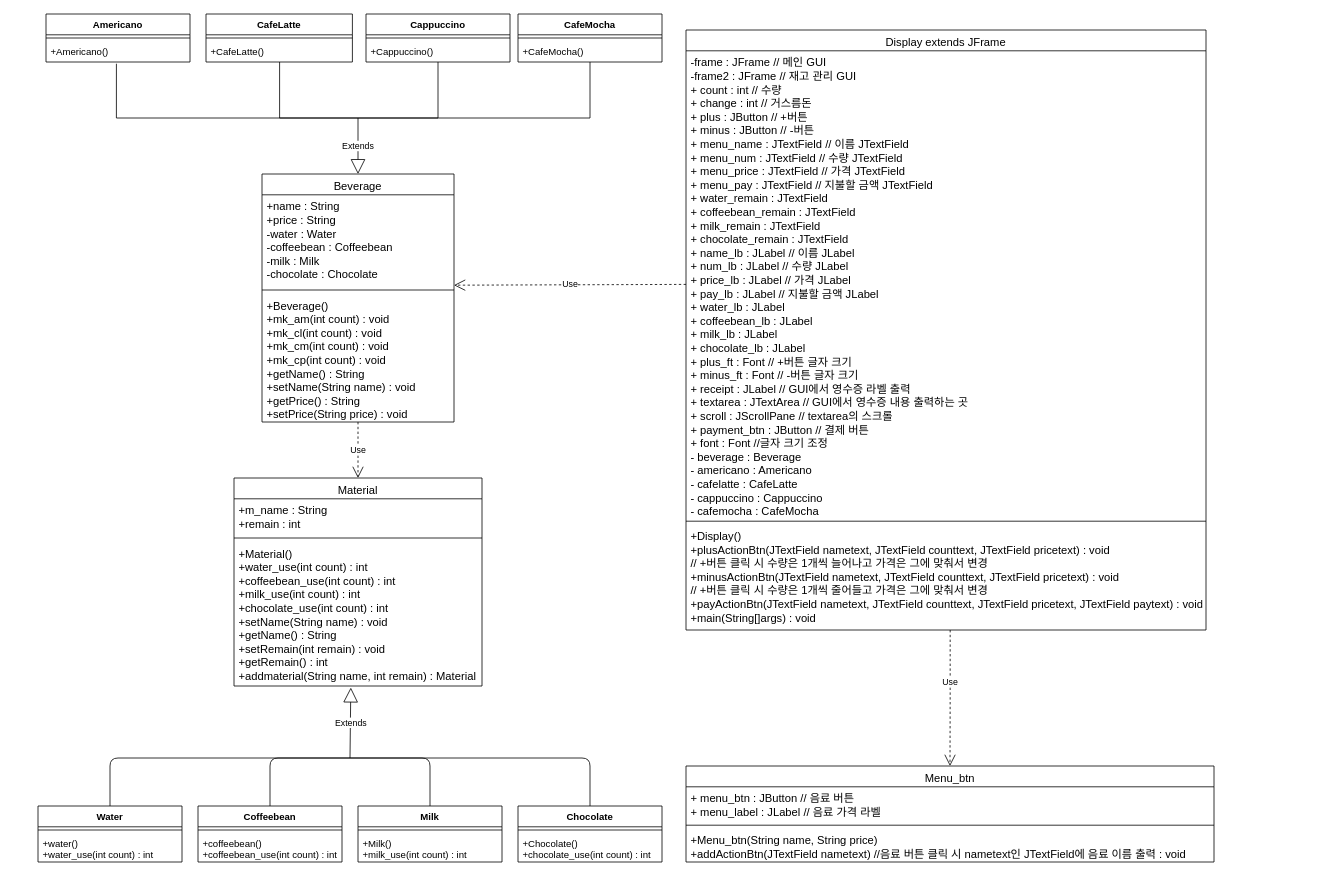
Before: Untitled Diagram.drawio in ans2568/Messenger, a draw.io diagram. Source tidied: cells renumbered, new cells numbered last; positions are measured from the earlier drawing's top-left corner, leaving out a move shared by most shapes. Both pictures are drawn from the tidied source at 80%, with x=0, y=0 at pixel (38, 14).
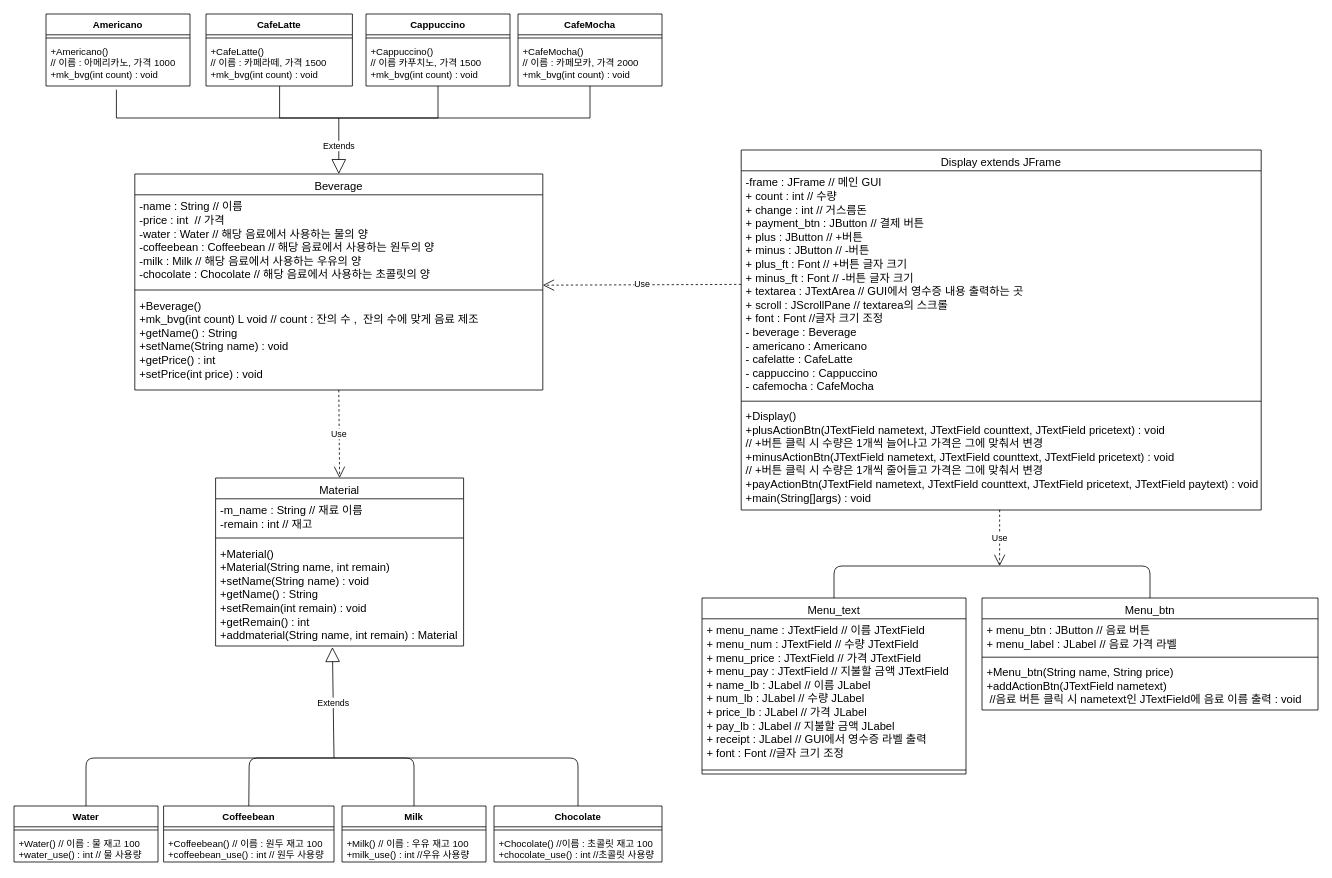
After the change.

The edit, as a diff of the source:
```diff
@@
     <mxCell id="2" value="Beverage" style="swimlane;fontStyle=0;align=center;verticalAlign=top;horizontal=1;startSize=26;rounded=0;shadow=0;strokeWidth=1;fontSize=14;" parent="1" vertex="1">
-      <mxGeometry x="280" y="200" width="240" height="310" as="geometry" />
+      <mxGeometry x="121" y="200" width="510" height="270" as="geometry" />
     </mxCell>
-    <mxCell id="3" value="+name : String&#10;+price : String&#10;-water : Water&#10;-coffeebean : Coffeebean&#10;-milk : Milk&#10;-chocolate : Chocolate" style="text;align=left;verticalAlign=top;spacingLeft=4;spacingRight=4;overflow=hidden;points=[[0,0.5],[1,0.5]];portConstraint=eastwest;fontSize=14;" parent="2" vertex="1">
-      <mxGeometry y="26" width="240" height="114" as="geometry" />
+    <mxCell id="3" value="-name : String // 이름&#10;-price : int  // 가격&#10;-water : Water // 해당 음료에서 사용하는 물의 양&#10;-coffeebean : Coffeebean // 해당 음료에서 사용하는 원두의 양&#10;-milk : Milk // 해당 음료에서 사용하는 우유의 양&#10;-chocolate : Chocolate // 해당 음료에서 사용하는 초콜릿의 양" style="text;align=left;verticalAlign=top;spacingLeft=4;spacingRight=4;overflow=hidden;points=[[0,0.5],[1,0.5]];portConstraint=eastwest;fontSize=14;" parent="2" vertex="1">
+      <mxGeometry y="26" width="510" height="114" as="geometry" />
     </mxCell>
     <mxCell id="4" style="line;html=1;strokeWidth=1;align=left;verticalAlign=middle;spacingTop=-1;spacingLeft=3;spacingRight=3;labelPosition=right;fontSize=14;" parent="2" vertex="1">
-      <mxGeometry y="140" width="240" height="10" as="geometry" />
+      <mxGeometry y="140" width="510" height="10" as="geometry" />
     </mxCell>
-    <mxCell id="5" value="+Beverage()&#10;+mk_am(int count) : void&#10;+mk_cl(int count) : void&#10;+mk_cm(int count) : void&#10;+mk_cp(int count) : void&#10;+getName() : String&#10;+setName(String name) : void&#10;+getPrice() : String&#10;+setPrice(String price) : void" style="text;align=left;verticalAlign=top;spacingLeft=4;spacingRight=4;overflow=hidden;points=[[0,0.5],[1,0.5]];portConstraint=eastwest;fontSize=14;" parent="2" vertex="1">
-      <mxGeometry y="150" width="240" height="160" as="geometry" />
+    <mxCell id="5" value="+Beverage()&#10;+mk_bvg(int count) L void // count : 잔의 수 ,  잔의 수에 맞게 음료 제조&#10;+getName() : String&#10;+setName(String name) : void&#10;+getPrice() : int&#10;+setPrice(int price) : void" style="text;align=left;verticalAlign=top;spacingLeft=4;spacingRight=4;overflow=hidden;points=[[0,0.5],[1,0.5]];portConstraint=eastwest;fontSize=14;" parent="2" vertex="1">
+      <mxGeometry y="150" width="510" height="120" as="geometry" />
     </mxCell>
     <mxCell id="6" value="Display extends JFrame" style="swimlane;fontStyle=0;align=center;verticalAlign=top;horizontal=1;startSize=26;rounded=0;shadow=0;strokeWidth=1;fontSize=14;" parent="1" vertex="1">
-      <mxGeometry x="810" y="20" width="650" height="750" as="geometry" />
+      <mxGeometry x="879" y="170" width="650" height="450" as="geometry" />
     </mxCell>
-    <mxCell id="7" value="-frame : JFrame // 메인 GUI&#10;-frame2 : JFrame // 재고 관리 GUI&#10;+ count : int // 수량&#10;+ change : int // 거스름돈&#10;+ plus : JButton // +버튼&#10;+ minus : JButton // -버튼&#10;+ menu_name : JTextField // 이름 JTextField&#10;+ menu_num : JTextField // 수량 JTextField&#10;+ menu_price : JTextField // 가격 JTextField&#10;+ menu_pay : JTextField // 지불할 금액 JTextField&#10;+ water_remain : JTextField&#10;+ coffeebean_remain : JTextField&#10;+ milk_remain : JTextField&#10;+ chocolate_remain : JTextField&#10;+ name_lb : JLabel // 이름 JLabel&#10;+ num_lb : JLabel // 수량 JLabel&#10;+ price_lb : JLabel // 가격 JLabel&#10;+ pay_lb : JLabel // 지불할 금액 JLabel&#10;+ water_lb : JLabel&#10;+ coffeebean_lb : JLabel&#10;+ milk_lb : JLabel&#10;+ chocolate_lb : JLabel&#10;+ plus_ft : Font // +버튼 글자 크기&#10;+ minus_ft : Font // -버튼 글자 크기&#10;+ receipt : JLabel // GUI에서 영수증 라벨 출력&#10;+ textarea : JTextArea // GUI에서 영수증 내용 출력하는 곳&#10;+ scroll : JScrollPane // textarea의 스크롤&#10;+ payment_btn : JButton // 결제 버튼&#10;+ font : Font //글자 크기 조정&#10;- beverage : Beverage&#10;- americano : Americano&#10;- cafelatte : CafeLatte&#10;- cappuccino : Cappuccino&#10;- cafemocha : CafeMocha" style="text;align=left;verticalAlign=top;spacingLeft=4;spacingRight=4;overflow=hidden;points=[[0,0.5],[1,0.5]];portConstraint=eastwest;fontSize=14;" parent="6" vertex="1">
-      <mxGeometry y="26" width="650" height="584" as="geometry" />
+    <mxCell id="7" value="-frame : JFrame // 메인 GUI&#10;+ count : int // 수량&#10;+ change : int // 거스름돈&#10;+ payment_btn : JButton // 결제 버튼&#10;+ plus : JButton // +버튼&#10;+ minus : JButton // -버튼&#10;+ plus_ft : Font // +버튼 글자 크기&#10;+ minus_ft : Font // -버튼 글자 크기&#10;+ textarea : JTextArea // GUI에서 영수증 내용 출력하는 곳&#10;+ scroll : JScrollPane // textarea의 스크롤&#10;+ font : Font //글자 크기 조정&#10;- beverage : Beverage&#10;- americano : Americano&#10;- cafelatte : CafeLatte&#10;- cappuccino : Cappuccino&#10;- cafemocha : CafeMocha" style="text;align=left;verticalAlign=top;spacingLeft=4;spacingRight=4;overflow=hidden;points=[[0,0.5],[1,0.5]];portConstraint=eastwest;fontSize=14;" parent="6" vertex="1">
+      <mxGeometry y="26" width="650" height="284" as="geometry" />
     </mxCell>
     <mxCell id="8" style="line;html=1;strokeWidth=1;align=left;verticalAlign=middle;spacingTop=-1;spacingLeft=3;spacingRight=3;labelPosition=right;fontSize=14;" parent="6" vertex="1">
-      <mxGeometry y="610" width="650" height="8" as="geometry" />
+      <mxGeometry y="310" width="650" height="8" as="geometry" />
     </mxCell>
     <mxCell id="9" value="+Display()&#10;+plusActionBtn(JTextField nametext, JTextField counttext, JTextField pricetext) : void&#10;// +버튼 클릭 시 수량은 1개씩 늘어나고 가격은 그에 맞춰서 변경&#10;+minusActionBtn(JTextField nametext, JTextField counttext, JTextField pricetext) : void&#10;// +버튼 클릭 시 수량은 1개씩 줄어들고 가격은 그에 맞춰서 변경&#10;+payActionBtn(JTextField nametext, JTextField counttext, JTextField pricetext, JTextField paytext) : void&#10;+main(String[]args) : void" style="text;strokeColor=none;fillColor=none;align=left;verticalAlign=top;spacingLeft=4;spacingRight=4;overflow=hidden;points=[[0,0.5],[1,0.5]];portConstraint=eastwest;fontSize=14;" parent="6" vertex="1">
-      <mxGeometry y="618" width="650" height="132" as="geometry" />
+      <mxGeometry y="318" width="650" height="132" as="geometry" />
     </mxCell>
     <mxCell id="10" value="Menu_btn" style="swimlane;fontStyle=0;align=center;verticalAlign=top;horizontal=1;startSize=26;rounded=0;shadow=0;strokeWidth=1;fontSize=14;" parent="1" vertex="1">
-      <mxGeometry x="810" y="940" width="660" height="120" as="geometry" />
+      <mxGeometry x="1180" y="730" width="420" height="140" as="geometry" />
     </mxCell>
     <mxCell id="11" value="+ menu_btn : JButton // 음료 버튼&#10;+ menu_label : JLabel // 음료 가격 라벨&#10;" style="text;align=left;verticalAlign=top;spacingLeft=4;spacingRight=4;overflow=hidden;fontSize=14;" parent="10" vertex="1">
-      <mxGeometry y="26" width="660" height="44" as="geometry" />
+      <mxGeometry y="26" width="420" height="44" as="geometry" />
     </mxCell>
     <mxCell id="12" style="line;html=1;strokeWidth=1;align=left;verticalAlign=middle;spacingTop=-1;spacingLeft=3;spacingRight=3;labelPosition=right;fontSize=14;" parent="10" vertex="1">
-      <mxGeometry y="70" width="660" height="8" as="geometry" />
+      <mxGeometry y="70" width="420" height="8" as="geometry" />
     </mxCell>
-    <mxCell id="13" value="+Menu_btn(String name, String price) &#10;+addActionBtn(JTextField nametext) //음료 버튼 클릭 시 nametext인 JTextField에 음료 이름 출력 : void" style="text;align=left;verticalAlign=top;spacingLeft=4;spacingRight=4;overflow=hidden;fontSize=14;" parent="10" vertex="1">
-      <mxGeometry y="78" width="660" height="42" as="geometry" />
+    <mxCell id="13" value="+Menu_btn(String name, String price) &#10;+addActionBtn(JTextField nametext)&#10; //음료 버튼 클릭 시 nametext인 JTextField에 음료 이름 출력 : void" style="text;align=left;verticalAlign=top;spacingLeft=4;spacingRight=4;overflow=hidden;fontSize=14;" parent="10" vertex="1">
+      <mxGeometry y="78" width="420" height="62" as="geometry" />
     </mxCell>
     <mxCell id="14" value="Americano" style="swimlane;fontStyle=1;align=center;verticalAlign=top;horizontal=1;startSize=26;" parent="1" vertex="1">
-      <mxGeometry x="10" width="180" height="60" as="geometry" />
+      <mxGeometry x="10" width="180" height="90" as="geometry" />
     </mxCell>
@@
-    <mxCell id="16" value="+Americano()" style="text;strokeColor=none;fillColor=none;align=left;verticalAlign=top;spacingLeft=4;spacingRight=4;overflow=hidden;points=[[0,0.5],[1,0.5]];portConstraint=eastwest;" parent="14" vertex="1">
-      <mxGeometry y="34" width="180" height="26" as="geometry" />
+    <mxCell id="16" value="+Americano()&#10;// 이름 : 아메리카노, 가격 1000&#10;+mk_bvg(int count) : void" style="text;strokeColor=none;fillColor=none;align=left;verticalAlign=top;spacingLeft=4;spacingRight=4;overflow=hidden;points=[[0,0.5],[1,0.5]];portConstraint=eastwest;" parent="14" vertex="1">
+      <mxGeometry y="34" width="180" height="56" as="geometry" />
     </mxCell>
     <mxCell id="17" value="CafeLatte" style="swimlane;fontStyle=1;align=center;verticalAlign=top;horizontal=1;startSize=26;" parent="1" vertex="1">
-      <mxGeometry x="210" width="183" height="60" as="geometry" />
+      <mxGeometry x="210" width="183" height="90" as="geometry" />
     </mxCell>
@@
-    <mxCell id="19" value="+CafeLatte()" style="text;strokeColor=none;fillColor=none;align=left;verticalAlign=top;spacingLeft=4;spacingRight=4;overflow=hidden;" parent="17" vertex="1">
-      <mxGeometry y="34" width="183" height="26" as="geometry" />
+    <mxCell id="19" value="+CafeLatte()&#10;// 이름 : 카페라떼, 가격 1500&#10;+mk_bvg(int count) : void" style="text;strokeColor=none;fillColor=none;align=left;verticalAlign=top;spacingLeft=4;spacingRight=4;overflow=hidden;" parent="17" vertex="1">
+      <mxGeometry y="34" width="183" height="56" as="geometry" />
     </mxCell>
     <mxCell id="20" value="Cappuccino" style="swimlane;fontStyle=1;align=center;verticalAlign=top;horizontal=1;startSize=26;" parent="1" vertex="1">
-      <mxGeometry x="410" width="180" height="60" as="geometry" />
+      <mxGeometry x="410" width="180" height="90" as="geometry" />
     </mxCell>
@@
-    <mxCell id="22" value="+Cappuccino()" style="text;strokeColor=none;fillColor=none;align=left;verticalAlign=top;spacingLeft=4;spacingRight=4;overflow=hidden;" parent="20" vertex="1">
-      <mxGeometry y="34" width="180" height="26" as="geometry" />
+    <mxCell id="22" value="+Cappuccino()&#10;// 이름 카푸치노, 가격 1500&#10;+mk_bvg(int count) : void" style="text;strokeColor=none;fillColor=none;align=left;verticalAlign=top;spacingLeft=4;spacingRight=4;overflow=hidden;" parent="20" vertex="1">
+      <mxGeometry y="34" width="180" height="56" as="geometry" />
     </mxCell>
     <mxCell id="23" value="CafeMocha" style="swimlane;fontStyle=1;align=center;verticalAlign=top;horizontal=1;startSize=26;" parent="1" vertex="1">
-      <mxGeometry x="600" width="180" height="60" as="geometry" />
+      <mxGeometry x="600" width="180" height="90" as="geometry" />
     </mxCell>
@@
-    <mxCell id="25" value="+CafeMocha()" style="text;strokeColor=none;fillColor=none;align=left;verticalAlign=top;spacingLeft=4;spacingRight=4;overflow=hidden;" parent="23" vertex="1">
-      <mxGeometry y="34" width="180" height="26" as="geometry" />
+    <mxCell id="25" value="+CafeMocha()&#10;// 이름 : 카페모카, 가격 2000&#10;+mk_bvg(int count) : void" style="text;strokeColor=none;fillColor=none;align=left;verticalAlign=top;spacingLeft=4;spacingRight=4;overflow=hidden;" parent="23" vertex="1">
+      <mxGeometry y="34" width="180" height="56" as="geometry" />
     </mxCell>
     <mxCell id="26" value="Material" style="swimlane;fontStyle=0;align=center;verticalAlign=top;horizontal=1;startSize=26;rounded=0;shadow=0;strokeWidth=1;fontSize=14;" parent="1" vertex="1">
-      <mxGeometry x="245" y="580" width="310" height="260" as="geometry" />
+      <mxGeometry x="222" y="580" width="310" height="210" as="geometry" />
     </mxCell>
-    <mxCell id="27" value="+m_name : String&#10;+remain : int" style="text;align=left;verticalAlign=top;spacingLeft=4;spacingRight=4;overflow=hidden;fontSize=14;" parent="26" vertex="1">
+    <mxCell id="27" value="-m_name : String // 재료 이름&#10;-remain : int // 재고" style="text;align=left;verticalAlign=top;spacingLeft=4;spacingRight=4;overflow=hidden;fontSize=14;" parent="26" vertex="1">
       <mxGeometry y="26" width="310" height="44" as="geometry" />
     </mxCell>
@@
-    <mxCell id="29" value="+Material()&#10;+water_use(int count) : int&#10;+coffeebean_use(int count) : int&#10;+milk_use(int count) : int&#10;+chocolate_use(int count) : int&#10;+setName(String name) : void&#10;+getName() : String&#10;+setRemain(int remain) : void&#10;+getRemain() : int&#10;+addmaterial(String name, int remain) : Material" style="text;align=left;verticalAlign=top;spacingLeft=4;spacingRight=4;overflow=hidden;points=[[0,0.5],[1,0.5]];portConstraint=eastwest;fontSize=14;" parent="26" vertex="1">
-      <mxGeometry y="80" width="310" height="180" as="geometry" />
+    <mxCell id="29" value="+Material()&#10;+Material(String name, int remain)&#10;+setName(String name) : void&#10;+getName() : String&#10;+setRemain(int remain) : void&#10;+getRemain() : int&#10;+addmaterial(String name, int remain) : Material" style="text;align=left;verticalAlign=top;spacingLeft=4;spacingRight=4;overflow=hidden;points=[[0,0.5],[1,0.5]];portConstraint=eastwest;fontSize=14;" parent="26" vertex="1">
+      <mxGeometry y="80" width="310" height="130" as="geometry" />
     </mxCell>
     <mxCell id="30" style="endArrow=none;html=1;rounded=0;edgeStyle=orthogonalEdgeStyle;exitX=0.489;exitY=1.083;exitDx=0;exitDy=0;exitPerimeter=0;" parent="1" edge="1" source="16">
       <mxGeometry relative="1" as="geometry">
-        <mxPoint x="690" y="60" as="targetPoint" />
+        <mxPoint x="690" y="90" as="targetPoint" />
         <Array as="points">
           <mxPoint x="98" y="130" />
           <mxPoint x="690" y="130" />
         </Array>
       </mxGeometry>
     </mxCell>
     <mxCell id="31" style="endArrow=none;html=1;rounded=0;edgeStyle=orthogonalEdgeStyle;" parent="1" edge="1">
       <mxGeometry relative="1" as="geometry">
-        <mxPoint x="302" y="60" as="sourcePoint" />
-        <mxPoint x="500" y="60" as="targetPoint" />
+        <mxPoint x="302" y="90" as="sourcePoint" />
+        <mxPoint x="500" y="90" as="targetPoint" />
         <Array as="points">
           <mxPoint x="302" y="130" />
           <mxPoint x="500" y="130" />
         </Array>
       </mxGeometry>
     </mxCell>
     <mxCell id="32" value="Water" style="swimlane;fontStyle=1;align=center;verticalAlign=top;horizontal=1;startSize=26;" parent="1" vertex="1">
-      <mxGeometry y="990" width="180" height="70" as="geometry" />
+      <mxGeometry x="-30" y="990" width="180" height="70" as="geometry" />
     </mxCell>
@@
-    <mxCell id="34" value="+water()&#10;+water_use(int count) : int" style="text;strokeColor=none;fillColor=none;align=left;verticalAlign=top;spacingLeft=4;spacingRight=4;overflow=hidden;" parent="32" vertex="1">
+    <mxCell id="34" value="+Water() // 이름 : 물 재고 100&#10;+water_use() : int // 물 사용량 " style="text;strokeColor=none;fillColor=none;align=left;verticalAlign=top;spacingLeft=4;spacingRight=4;overflow=hidden;" parent="32" vertex="1">
       <mxGeometry y="34" width="180" height="36" as="geometry" />
     </mxCell>
     <mxCell id="35" value="Coffeebean" style="swimlane;fontStyle=1;align=center;verticalAlign=top;horizontal=1;startSize=26;" parent="1" vertex="1">
-      <mxGeometry x="200" y="990" width="180" height="70" as="geometry" />
+      <mxGeometry x="157" y="990" width="213" height="70" as="geometry" />
     </mxCell>
     <mxCell id="36" style="line;strokeWidth=1;fillColor=none;align=left;verticalAlign=middle;spacingTop=-1;spacingLeft=3;spacingRight=3;labelPosition=right;" parent="35" vertex="1">
-      <mxGeometry y="26" width="180" height="8" as="geometry" />
+      <mxGeometry y="26" width="213" height="8" as="geometry" />
     </mxCell>
-    <mxCell id="37" value="+coffeebean()&#10;+coffeebean_use(int count) : int" style="text;strokeColor=none;fillColor=none;align=left;verticalAlign=top;spacingLeft=4;spacingRight=4;overflow=hidden;" parent="35" vertex="1">
-      <mxGeometry y="34" width="180" height="36" as="geometry" />
+    <mxCell id="37" value="+Coffeebean() // 이름 : 원두 재고 100&#10;+coffeebean_use() : int // 원두 사용량" style="text;strokeColor=none;fillColor=none;align=left;verticalAlign=top;spacingLeft=4;spacingRight=4;overflow=hidden;" parent="35" vertex="1">
+      <mxGeometry y="34" width="213" height="36" as="geometry" />
     </mxCell>
     <mxCell id="38" value="Milk" style="swimlane;fontStyle=1;align=center;verticalAlign=top;horizontal=1;startSize=26;" parent="1" vertex="1">
-      <mxGeometry x="400" y="990" width="180" height="70" as="geometry" />
+      <mxGeometry x="380" y="990" width="180" height="70" as="geometry" />
     </mxCell>
@@
-    <mxCell id="40" value="+Milk()&#10;+milk_use(int count) : int" style="text;strokeColor=none;fillColor=none;align=left;verticalAlign=top;spacingLeft=4;spacingRight=4;overflow=hidden;" parent="38" vertex="1">
+    <mxCell id="40" value="+Milk() // 이름 : 우유 재고 100&#10;+milk_use() : int //우유 사용량" style="text;strokeColor=none;fillColor=none;align=left;verticalAlign=top;spacingLeft=4;spacingRight=4;overflow=hidden;" parent="38" vertex="1">
       <mxGeometry y="34" width="180" height="36" as="geometry" />
     </mxCell>
     <mxCell id="41" value="Chocolate" style="swimlane;fontStyle=1;align=center;verticalAlign=top;horizontal=1;startSize=26;" parent="1" vertex="1">
-      <mxGeometry x="600" y="990" width="180" height="70" as="geometry" />
+      <mxGeometry x="570" y="990" width="210" height="70" as="geometry" />
     </mxCell>
     <mxCell id="42" style="line;strokeWidth=1;fillColor=none;align=left;verticalAlign=middle;spacingTop=-1;spacingLeft=3;spacingRight=3;labelPosition=right;" parent="41" vertex="1">
-      <mxGeometry y="26" width="180" height="8" as="geometry" />
+      <mxGeometry y="26" width="210" height="8" as="geometry" />
     </mxCell>
-    <mxCell id="43" value="+Chocolate()&#10;+chocolate_use(int count) : int" style="text;strokeColor=none;fillColor=none;align=left;verticalAlign=top;spacingLeft=4;spacingRight=4;overflow=hidden;" parent="41" vertex="1">
-      <mxGeometry y="34" width="180" height="36" as="geometry" />
+    <mxCell id="43" value="+Chocolate() //이름 : 초콜릿 재고 100&#10;+chocolate_use() : int //초콜릿 사용량" style="text;strokeColor=none;fillColor=none;align=left;verticalAlign=top;spacingLeft=4;spacingRight=4;overflow=hidden;" parent="41" vertex="1">
+      <mxGeometry y="34" width="210" height="36" as="geometry" />
     </mxCell>
     <mxCell id="44" value="Extends" style="endArrow=block;endSize=16;endFill=0;html=1;entryX=0.471;entryY=1.011;entryDx=0;entryDy=0;entryPerimeter=0;" parent="1" edge="1" target="29">
       <mxGeometry relative="1" as="geometry">
-        <mxPoint x="390" y="930" as="sourcePoint" />
+        <mxPoint x="370" y="930" as="sourcePoint" />
       </mxGeometry>
     </mxCell>
     <mxCell id="45" style="endArrow=none;html=1;exitX=0.5;exitY=0;exitDx=0;exitDy=0;entryX=0.5;entryY=0;entryDx=0;entryDy=0;" parent="1" edge="1" source="32" target="41">
       <mxGeometry relative="1" as="geometry">
         <Array as="points">
-          <mxPoint x="90" y="930" />
+          <mxPoint x="60" y="930" />
           <mxPoint x="390" y="930" />
-          <mxPoint x="690" y="930" />
+          <mxPoint x="675" y="930" />
         </Array>
       </mxGeometry>
     </mxCell>
     <mxCell id="46" style="endArrow=none;html=1;exitX=0.5;exitY=0;exitDx=0;exitDy=0;entryX=0.5;entryY=0;entryDx=0;entryDy=0;" parent="1" edge="1" source="35" target="38">
       <mxGeometry relative="1" as="geometry">
         <Array as="points">
-          <mxPoint x="290" y="930" />
+          <mxPoint x="264" y="930" />
           <mxPoint x="390" y="930" />
-          <mxPoint x="490" y="930" />
+          <mxPoint x="470" y="930" />
         </Array>
       </mxGeometry>
     </mxCell>
     <mxCell id="47" value="Extends" style="endArrow=block;endSize=16;endFill=0;html=1;entryX=0.5;entryY=0;entryDx=0;entryDy=0;" parent="1" edge="1" target="2">
       <mxGeometry relative="1" as="geometry">
-        <mxPoint x="400" y="130" as="sourcePoint" />
+        <mxPoint x="376" y="130" as="sourcePoint" />
       </mxGeometry>
     </mxCell>
@@
+    <mxCell id="51" value="Menu_text" style="swimlane;fontStyle=0;align=center;verticalAlign=top;horizontal=1;startSize=26;rounded=0;shadow=0;strokeWidth=1;fontSize=14;" parent="1" vertex="1">
+      <mxGeometry x="830" y="730" width="330" height="220" as="geometry" />
+    </mxCell>
+    <mxCell id="52" value="+ menu_name : JTextField // 이름 JTextField&#10;+ menu_num : JTextField // 수량 JTextField&#10;+ menu_price : JTextField // 가격 JTextField&#10;+ menu_pay : JTextField // 지불할 금액 JTextField&#10;+ name_lb : JLabel // 이름 JLabel&#10;+ num_lb : JLabel // 수량 JLabel&#10;+ price_lb : JLabel // 가격 JLabel&#10;+ pay_lb : JLabel // 지불할 금액 JLabel&#10;+ receipt : JLabel // GUI에서 영수증 라벨 출력&#10;+ font : Font //글자 크기 조정" style="text;align=left;verticalAlign=top;spacingLeft=4;spacingRight=4;overflow=hidden;fontSize=14;" parent="51" vertex="1">
+      <mxGeometry y="26" width="330" height="184" as="geometry" />
+    </mxCell>
+    <mxCell id="53" style="line;html=1;strokeWidth=1;align=left;verticalAlign=middle;spacingTop=-1;spacingLeft=3;spacingRight=3;labelPosition=right;fontSize=14;" parent="51" vertex="1">
+      <mxGeometry y="210" width="330" height="10" as="geometry" />
+    </mxCell>
-    <mxCell id="50" value="Use" style="endArrow=open;endSize=12;dashed=1;html=1;rounded=0;edgeStyle=orthogonalEdgeStyle;entryX=0.5;entryY=0;entryDx=0;entryDy=0;exitX=0.508;exitY=1;exitDx=0;exitDy=0;exitPerimeter=0;" parent="1" edge="1" source="9" target="10">
-      <mxGeometry x="-0.24" relative="1" as="geometry" />
+    <mxCell id="50" value="Use" style="endArrow=open;endSize=12;dashed=1;html=1;exitX=0.497;exitY=0.998;exitDx=0;exitDy=0;exitPerimeter=0;" parent="1" edge="1" source="9">
+      <mxGeometry relative="1" as="geometry">
+        <mxPoint x="1202" y="690" as="targetPoint" />
+      </mxGeometry>
     </mxCell>
+    <mxCell id="54" style="endArrow=none;html=1;exitX=0.5;exitY=0;exitDx=0;exitDy=0;entryX=0.5;entryY=0;entryDx=0;entryDy=0;" parent="1" edge="1" source="51" target="10">
+      <mxGeometry relative="1" as="geometry">
+        <Array as="points">
+          <mxPoint x="995" y="690" />
+          <mxPoint x="1200" y="690" />
+          <mxPoint x="1390" y="690" />
+        </Array>
+      </mxGeometry>
+    </mxCell>
```
